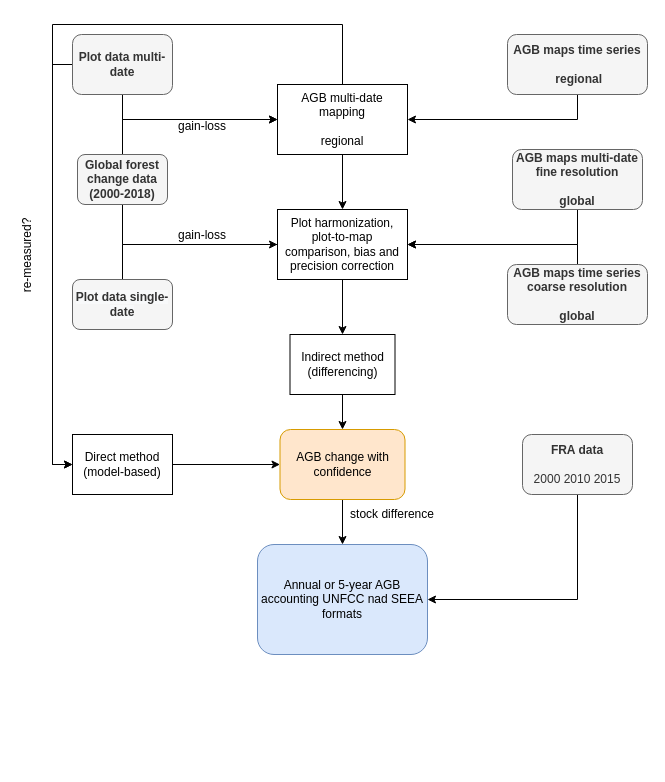
Earlier version of the draw.io diagram AGBC_simple.drawio (arnanaraza/diagrams). Source tidied: cells renumbered, new cells numbered last; positions are measured from the earlier drawing's top-left corner, leaving out a move shared by most shapes. Both pictures are drawn from the tidied source at 100%, with x=0, y=0 at pixel (-18, 24).
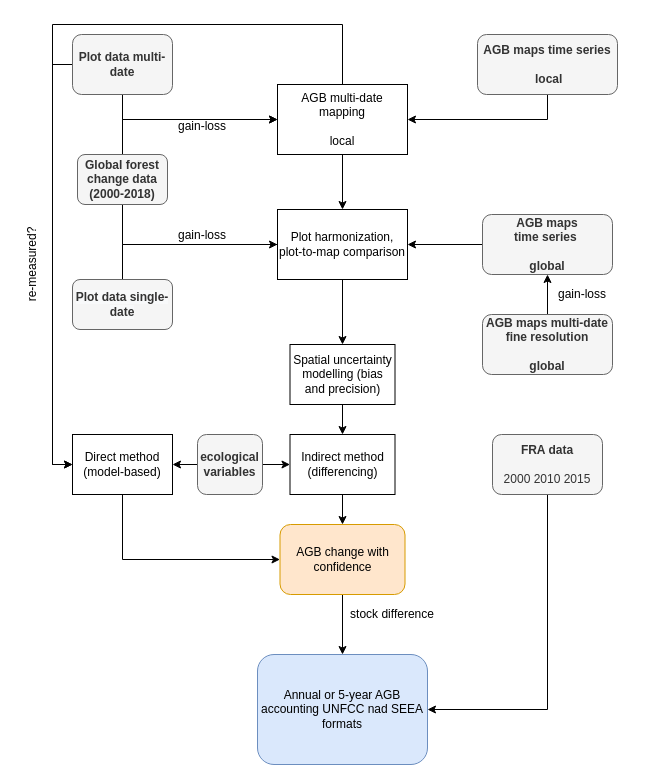
Above is the later version.

The change refers to these unchanged cells:
```xml
<mxCell id="3" value="Direct method (model-based)" style="rounded=0;whiteSpace=wrap;html=1;" parent="1" vertex="1">
  <mxGeometry x="90" y="410" width="100" height="60" as="geometry" />
</mxCell>
```

Diff of the diagram source:
```diff
@@
-    <mxCell id="2" style="edgeStyle=orthogonalEdgeStyle;rounded=0;jettySize=auto;html=1;exitX=1;exitY=0.5;exitDx=0;exitDy=0;entryX=0;entryY=0.5;entryDx=0;entryDy=0;endArrow=classic;endFill=1;" parent="1" edge="1" source="3" target="16">
+    <mxCell id="2" style="edgeStyle=orthogonalEdgeStyle;rounded=0;jettySize=auto;html=1;exitX=0.5;exitY=1;exitDx=0;exitDy=0;entryX=0;entryY=0.5;entryDx=0;entryDy=0;" parent="1" edge="1" source="3" target="16">
       <mxGeometry relative="1" as="geometry" />
     </mxCell>
@@
     <mxCell id="5" value="Indirect method (differencing)" style="rounded=0;whiteSpace=wrap;html=1;" parent="1" vertex="1">
-      <mxGeometry x="307.5" y="310" width="105" height="60" as="geometry" />
+      <mxGeometry x="307.5" y="410" width="105" height="60" as="geometry" />
     </mxCell>
@@
     <mxCell id="10" value="&lt;b&gt;FRA data&lt;br&gt;&lt;/b&gt;&lt;br&gt;2000 2010 2015" style="rounded=1;whiteSpace=wrap;html=1;fillColor=#f5f5f5;strokeColor=#666666;fontColor=#333333;" parent="1" vertex="1">
-      <mxGeometry x="540" y="410" width="110" height="60" as="geometry" />
+      <mxGeometry x="510" y="410" width="110" height="60" as="geometry" />
     </mxCell>
     <mxCell id="11" value="Annual or 5-year AGB accounting UNFCC nad SEEA formats" style="rounded=1;whiteSpace=wrap;html=1;fillColor=#dae8fc;strokeColor=#6c8ebf;" parent="1" vertex="1">
-      <mxGeometry x="275" y="520" width="170" height="110" as="geometry" />
+      <mxGeometry x="275" y="630" width="170" height="110" as="geometry" />
     </mxCell>
@@
     <mxCell id="16" value="AGB change with confidence" style="rounded=1;whiteSpace=wrap;html=1;fillColor=#ffe6cc;strokeColor=#d79b00;" parent="1" vertex="1">
-      <mxGeometry x="297.5" y="405" width="125" height="70" as="geometry" />
+      <mxGeometry x="297.5" y="500" width="125" height="70" as="geometry" />
     </mxCell>
@@
-    <mxCell id="19" style="edgeStyle=orthogonalEdgeStyle;rounded=0;jettySize=auto;html=1;exitX=0.5;exitY=1;exitDx=0;exitDy=0;entryX=0.5;entryY=0;entryDx=0;entryDy=0;endArrow=classic;endFill=1;" parent="1" edge="1" source="20" target="5">
-      <mxGeometry relative="1" as="geometry" />
-    </mxCell>
+    <mxCell id="34" style="edgeStyle=orthogonalEdgeStyle;rounded=0;jettySize=auto;html=1;exitX=0.5;exitY=1;exitDx=0;exitDy=0;entryX=0.5;entryY=0;entryDx=0;entryDy=0;" parent="1" edge="1" source="20" target="42">
+      <mxGeometry relative="1" as="geometry" />
+    </mxCell>
-    <mxCell id="20" value="Plot harmonization, plot-to-map comparison, bias and precision correction" style="rounded=0;whiteSpace=wrap;html=1;" parent="1" vertex="1">
+    <mxCell id="20" value="Plot harmonization, plot-to-map comparison" style="rounded=0;whiteSpace=wrap;html=1;" parent="1" vertex="1">
       <mxGeometry x="295" y="185" width="130" height="70" as="geometry" />
     </mxCell>
@@
-    <mxCell id="22" value="&lt;b&gt;AGB maps time series&lt;br&gt;&lt;br&gt;&amp;nbsp;regional&lt;/b&gt;&lt;b&gt;&lt;br&gt;&lt;/b&gt;" style="rounded=1;whiteSpace=wrap;html=1;fillColor=#f5f5f5;strokeColor=#666666;fontColor=#333333;" parent="1" vertex="1">
-      <mxGeometry x="525" y="10" width="140" height="60" as="geometry" />
+    <mxCell id="22" value="&lt;b&gt;AGB maps time series&lt;br&gt;&lt;br&gt;&amp;nbsp;local&lt;/b&gt;&lt;b&gt;&lt;br&gt;&lt;/b&gt;" style="rounded=1;whiteSpace=wrap;html=1;fillColor=#f5f5f5;strokeColor=#666666;fontColor=#333333;" parent="1" vertex="1">
+      <mxGeometry x="495" y="10" width="140" height="60" as="geometry" />
     </mxCell>
-    <mxCell id="23" style="edgeStyle=orthogonalEdgeStyle;rounded=0;jettySize=auto;html=1;exitX=0.5;exitY=1;exitDx=0;exitDy=0;entryX=1;entryY=0.5;entryDx=0;entryDy=0;endArrow=classic;endFill=1;" parent="1" edge="1" source="24" target="20">
+    <mxCell id="23" style="edgeStyle=orthogonalEdgeStyle;rounded=0;jettySize=auto;html=1;exitX=0;exitY=0.5;exitDx=0;exitDy=0;entryX=1;entryY=0.5;entryDx=0;entryDy=0;" parent="1" edge="1" source="24" target="20">
       <mxGeometry relative="1" as="geometry" />
     </mxCell>
-    <mxCell id="24" value="&lt;b&gt;AGB maps multi-date &lt;br&gt;fine resolution&lt;br&gt;&lt;br&gt;global&lt;br&gt;&lt;/b&gt;" style="rounded=1;whiteSpace=wrap;html=1;fillColor=#f5f5f5;strokeColor=#666666;fontColor=#333333;" parent="1" vertex="1">
-      <mxGeometry x="530" y="125" width="130" height="60" as="geometry" />
+    <mxCell id="24" value="&lt;b&gt;AGB maps &lt;br&gt;time series&amp;nbsp;&lt;br&gt;&lt;br&gt;global&lt;br&gt;&lt;/b&gt;" style="rounded=1;whiteSpace=wrap;html=1;fillColor=#f5f5f5;strokeColor=#666666;fontColor=#333333;" parent="1" vertex="1">
+      <mxGeometry x="500" y="190" width="130" height="60" as="geometry" />
     </mxCell>
@@
-    <mxCell id="27" value="AGB multi-date mapping&lt;br&gt;&lt;br&gt;regional" style="rounded=0;whiteSpace=wrap;html=1;" parent="1" vertex="1">
+    <mxCell id="27" value="AGB multi-date mapping&lt;br&gt;&lt;br&gt;local" style="rounded=0;whiteSpace=wrap;html=1;" parent="1" vertex="1">
       <mxGeometry x="295" y="60" width="130" height="70" as="geometry" />
     </mxCell>
@@
-    <mxCell id="29" style="edgeStyle=orthogonalEdgeStyle;rounded=0;jettySize=auto;html=1;exitX=0.5;exitY=0;exitDx=0;exitDy=0;entryX=1;entryY=0.5;entryDx=0;entryDy=0;endArrow=classic;endFill=1;" parent="1" edge="1" source="30" target="20">
-      <mxGeometry relative="1" as="geometry" />
-    </mxCell>
-    <mxCell id="30" value="&lt;b&gt;AGB maps time series &lt;br&gt;coarse resolution&lt;br&gt;&lt;br&gt;global&lt;br&gt;&lt;/b&gt;" style="rounded=1;whiteSpace=wrap;html=1;fillColor=#f5f5f5;strokeColor=#666666;fontColor=#333333;" parent="1" vertex="1">
-      <mxGeometry x="525" y="240" width="140" height="60" as="geometry" />
-    </mxCell>
     <mxCell id="31" value="re-measured?" style="text;html=1;strokeColor=none;fillColor=none;align=center;verticalAlign=middle;whiteSpace=wrap;rounded=0;rotation=-90;" parent="1" vertex="1">
-      <mxGeometry y="221" width="90" height="20" as="geometry" />
+      <mxGeometry x="5" y="230" width="90" height="20" as="geometry" />
     </mxCell>
     <mxCell id="32" value="stock difference" style="text;html=1;strokeColor=none;fillColor=none;align=center;verticalAlign=middle;whiteSpace=wrap;rounded=0;" parent="1" vertex="1">
-      <mxGeometry x="365" y="480" width="90" height="20" as="geometry" />
+      <mxGeometry x="365" y="580" width="90" height="20" as="geometry" />
     </mxCell>
@@
+    <mxCell id="35" style="edgeStyle=orthogonalEdgeStyle;rounded=0;jettySize=auto;html=1;exitX=0.5;exitY=0;exitDx=0;exitDy=0;" parent="1" edge="1" source="36" target="24">
+      <mxGeometry relative="1" as="geometry" />
+    </mxCell>
+    <mxCell id="36" value="&lt;b&gt;AGB maps multi-date &lt;br&gt;fine resolution&lt;br&gt;&lt;br&gt;global&lt;br&gt;&lt;/b&gt;" style="rounded=1;whiteSpace=wrap;html=1;fillColor=#f5f5f5;strokeColor=#666666;fontColor=#333333;" parent="1" vertex="1">
+      <mxGeometry x="500" y="290" width="130" height="60" as="geometry" />
+    </mxCell>
+    <mxCell id="37" value="gain-loss" style="text;html=1;strokeColor=none;fillColor=none;align=center;verticalAlign=middle;whiteSpace=wrap;rounded=0;" parent="1" vertex="1">
+      <mxGeometry x="555" y="260" width="90" height="20" as="geometry" />
+    </mxCell>
+    <mxCell id="38" style="edgeStyle=orthogonalEdgeStyle;rounded=0;jettySize=auto;html=1;exitX=1;exitY=0.5;exitDx=0;exitDy=0;entryX=0;entryY=0.5;entryDx=0;entryDy=0;" parent="1" edge="1" source="40" target="5">
+      <mxGeometry relative="1" as="geometry" />
+    </mxCell>
+    <mxCell id="39" style="edgeStyle=orthogonalEdgeStyle;rounded=0;jettySize=auto;html=1;exitX=0;exitY=0.5;exitDx=0;exitDy=0;entryX=1;entryY=0.5;entryDx=0;entryDy=0;" parent="1" edge="1" source="40" target="3">
+      <mxGeometry relative="1" as="geometry" />
+    </mxCell>
+    <mxCell id="40" value="&lt;b&gt;ecological variables&lt;br&gt;&lt;/b&gt;" style="rounded=1;whiteSpace=wrap;html=1;fillColor=#f5f5f5;strokeColor=#666666;fontColor=#333333;" parent="1" vertex="1">
+      <mxGeometry x="215" y="410" width="65" height="60" as="geometry" />
+    </mxCell>
+    <mxCell id="41" style="edgeStyle=orthogonalEdgeStyle;rounded=0;jettySize=auto;html=1;exitX=0.5;exitY=1;exitDx=0;exitDy=0;entryX=0.5;entryY=0;entryDx=0;entryDy=0;" parent="1" edge="1" source="42" target="5">
+      <mxGeometry relative="1" as="geometry" />
+    </mxCell>
+    <mxCell id="42" value="Spatial uncertainty modelling (bias and precision)" style="rounded=0;whiteSpace=wrap;html=1;" parent="1" vertex="1">
+      <mxGeometry x="307.5" y="320" width="105" height="60" as="geometry" />
+    </mxCell>
```
